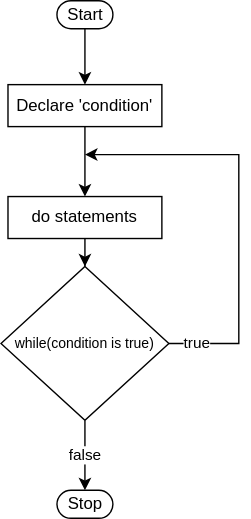
Before: 5posttest/drawio/diagram1.drawio.svg, a diagram exported from draw.io (amydevs/php-assignments). Source tidied: cells renumbered, new cells last; positions are measured from the earlier drawing's top-left corner, leaving out a move shared by most shapes. Its diagram source:
```xml
<mxGraphModel>
  <root>
    <mxCell id="0" />
    <mxCell id="1" parent="0" />
    <mxCell id="2" style="edgeStyle=orthogonalEdgeStyle;rounded=0;jettySize=auto;html=1;" parent="1" edge="1" source="3" target="9">
      <mxGeometry relative="1" as="geometry" />
    </mxCell>
    <mxCell id="3" value="Start" style="html=1;dashed=0;whitespace=wrap;shape=mxgraph.dfd.start;" parent="1" vertex="1">
      <mxGeometry x="40" width="40" height="20" as="geometry" />
    </mxCell>
    <mxCell id="4" style="edgeStyle=orthogonalEdgeStyle;rounded=0;jettySize=auto;html=1;" parent="1" edge="1" source="10" target="7">
      <mxGeometry relative="1" as="geometry" />
    </mxCell>
    <mxCell id="5" value="false" style="edgeStyle=orthogonalEdgeStyle;rounded=0;jettySize=auto;html=1;exitX=0.5;exitY=1;exitDx=0;exitDy=0;entryX=0.5;entryY=0.5;entryDx=0;entryDy=-10;entryPerimeter=0;" parent="1" edge="1" source="7" target="8">
      <mxGeometry relative="1" as="geometry" />
    </mxCell>
    <mxCell id="6" value="true" style="edgeStyle=orthogonalEdgeStyle;rounded=0;jettySize=auto;html=1;exitX=1;exitY=0.5;exitDx=0;exitDy=0;" parent="1" edge="1" source="7">
      <mxGeometry x="-0.86" relative="1" as="geometry">
        <mxPoint x="60" y="110" as="targetPoint" />
        <Array as="points">
          <mxPoint x="170" y="245" />
          <mxPoint x="170" y="110" />
        </Array>
      </mxGeometry>
    </mxCell>
    <mxCell id="7" value="&lt;font style=&quot;font-size: 10px&quot;&gt;while(condition is true)&lt;/font&gt;" style="rhombus;whiteSpace=wrap;html=1;" parent="1" vertex="1">
      <mxGeometry y="190" width="120" height="110" as="geometry" />
    </mxCell>
    <mxCell id="8" value="Stop" style="html=1;dashed=0;whitespace=wrap;shape=mxgraph.dfd.start;" parent="1" vertex="1">
      <mxGeometry x="40" y="350" width="40" height="20" as="geometry" />
    </mxCell>
    <mxCell id="9" value="Declare 'condition'&amp;nbsp;" style="rounded=0;whiteSpace=wrap;html=1;" parent="1" vertex="1">
      <mxGeometry x="5" y="60" width="110" height="30" as="geometry" />
    </mxCell>
    <mxCell id="10" value="do statements" style="rounded=0;whiteSpace=wrap;html=1;" parent="1" vertex="1">
      <mxGeometry x="5" y="140" width="110" height="30" as="geometry" />
    </mxCell>
    <mxCell id="11" style="edgeStyle=orthogonalEdgeStyle;rounded=0;jettySize=auto;html=1;" parent="1" edge="1" source="9" target="10">
      <mxGeometry relative="1" as="geometry" />
    </mxCell>
  </root>
</mxGraphModel>
```
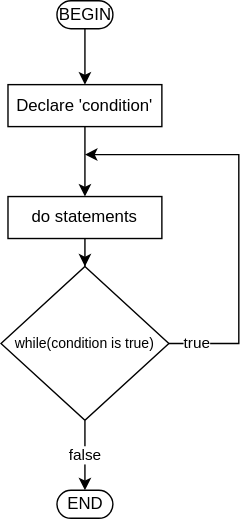
After the change.

Diff of the diagram source:
```diff
@@ -5,7 +5,7 @@
     <mxCell id="2" style="edgeStyle=orthogonalEdgeStyle;rounded=0;jettySize=auto;html=1;" parent="1" edge="1" source="3" target="9">
       <mxGeometry relative="1" as="geometry" />
     </mxCell>
-    <mxCell id="3" value="Start" style="html=1;dashed=0;whitespace=wrap;shape=mxgraph.dfd.start;" parent="1" vertex="1">
+    <mxCell id="3" value="BEGIN" style="html=1;dashed=0;whitespace=wrap;shape=mxgraph.dfd.start;" parent="1" vertex="1">
       <mxGeometry x="40" width="40" height="20" as="geometry" />
     </mxCell>
     <mxCell id="4" style="edgeStyle=orthogonalEdgeStyle;rounded=0;jettySize=auto;html=1;" parent="1" edge="1" source="10" target="7">
@@ -26,7 +26,7 @@
     <mxCell id="7" value="&lt;font style=&quot;font-size: 10px&quot;&gt;while(condition is true)&lt;/font&gt;" style="rhombus;whiteSpace=wrap;html=1;" parent="1" vertex="1">
       <mxGeometry y="190" width="120" height="110" as="geometry" />
     </mxCell>
-    <mxCell id="8" value="Stop" style="html=1;dashed=0;whitespace=wrap;shape=mxgraph.dfd.start;" parent="1" vertex="1">
+    <mxCell id="8" value="END" style="html=1;dashed=0;whitespace=wrap;shape=mxgraph.dfd.start;" parent="1" vertex="1">
       <mxGeometry x="40" y="350" width="40" height="20" as="geometry" />
     </mxCell>
     <mxCell id="9" value="Declare 'condition'&amp;nbsp;" style="rounded=0;whiteSpace=wrap;html=1;" parent="1" vertex="1">
```
